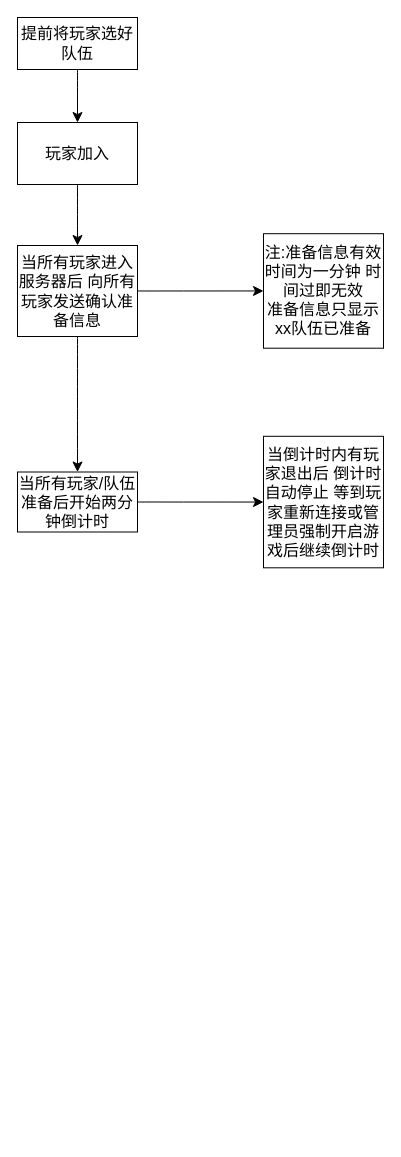
Before: 未命名绘图.drawio in nothing-championship/what-it-this, a draw.io diagram. Source tidied: cells renumbered, new cells numbered last; positions are measured from the earlier drawing's top-left corner, leaving out a move shared by most shapes. Both pictures are drawn from the tidied source at 100%, with x=0, y=0 at pixel (17, 17).
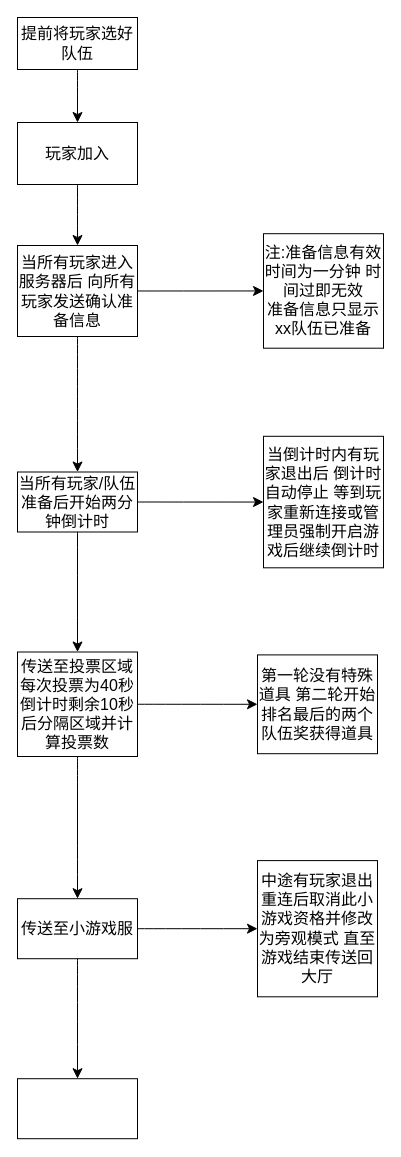
The same page after the edit.

Commit message (it also covers changes not shown here):
更新未命名绘图.drawio

The change refers to these unchanged cells:
```xml
<mxCell id="11" value="当所有玩家/队伍准备后开始两分钟倒计时" style="whiteSpace=wrap;html=1;fontSize=16;" parent="1" vertex="1">
  <mxGeometry y="454.5" width="120" height="60" as="geometry" />
</mxCell>
```

What changed in the source:
```diff
@@
+    <mxCell id="13" style="edgeStyle=none;curved=1;rounded=0;jettySize=auto;html=1;fontSize=12;startSize=8;endSize=8;" parent="1" edge="1" source="11" target="16">
+      <mxGeometry relative="1" as="geometry" />
+    </mxCell>
@@
+    <mxCell id="14" style="edgeStyle=none;curved=1;rounded=0;jettySize=auto;html=1;fontSize=12;startSize=8;endSize=8;" parent="1" edge="1" source="16" target="17">
+      <mxGeometry relative="1" as="geometry" />
+    </mxCell>
+    <mxCell id="15" style="edgeStyle=none;curved=1;rounded=0;jettySize=auto;html=1;fontSize=12;startSize=8;endSize=8;" parent="1" edge="1" source="16" target="20">
+      <mxGeometry relative="1" as="geometry" />
+    </mxCell>
+    <mxCell id="16" value="传送至投票区域 每次投票为40秒 倒计时剩余10秒后分隔区域并计算投票数" style="whiteSpace=wrap;html=1;fontSize=16;" parent="1" vertex="1">
+      <mxGeometry y="634.5" width="120" height="104.5" as="geometry" />
+    </mxCell>
+    <mxCell id="17" value="第一轮没有特殊道具 第二轮开始排名最后的两个队伍奖获得道具" style="whiteSpace=wrap;html=1;fontSize=16;" parent="1" vertex="1">
+      <mxGeometry x="240" y="637.4" width="120" height="98.8" as="geometry" />
+    </mxCell>
+    <mxCell id="18" style="edgeStyle=none;curved=1;rounded=0;jettySize=auto;html=1;fontSize=12;startSize=8;endSize=8;" parent="1" edge="1" source="20" target="21">
+      <mxGeometry relative="1" as="geometry" />
+    </mxCell>
+    <mxCell id="19" style="edgeStyle=none;curved=1;rounded=0;jettySize=auto;html=1;fontSize=12;startSize=8;endSize=8;" parent="1" edge="1" source="20" target="22">
+      <mxGeometry relative="1" as="geometry" />
+    </mxCell>
+    <mxCell id="20" value="传送至小游戏服" style="whiteSpace=wrap;html=1;fontSize=16;" parent="1" vertex="1">
+      <mxGeometry y="881.2" width="120" height="60" as="geometry" />
+    </mxCell>
+    <mxCell id="21" value="中途有玩家退出重连后取消此小游戏资格并修改为旁观模式 直至游戏结束传送回大厅" style="whiteSpace=wrap;html=1;fontSize=16;" parent="1" vertex="1">
+      <mxGeometry x="240" y="843.1" width="120" height="136.2" as="geometry" />
+    </mxCell>
+    <mxCell id="22" style="whiteSpace=wrap;html=1;fontSize=16;" parent="1" vertex="1">
+      <mxGeometry y="1061.2" width="120" height="60" as="geometry" />
+    </mxCell>
```
